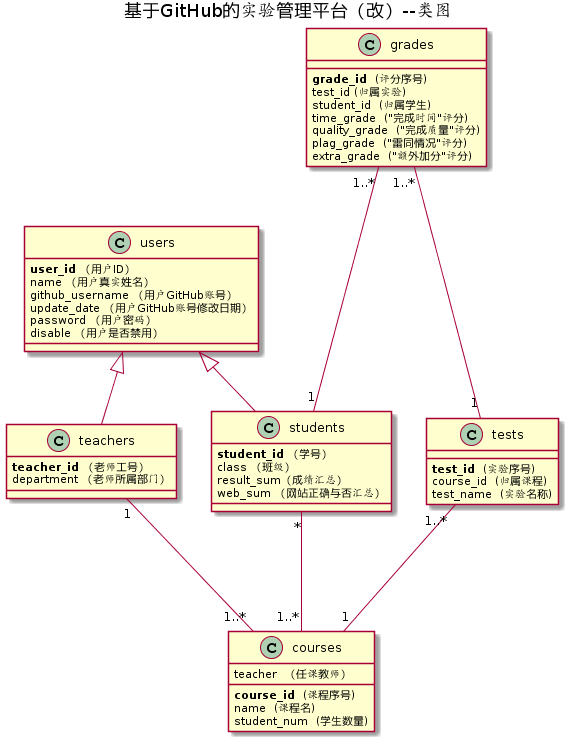
The PlantUML diagram test6/class.png in HaurchefantGreystone/is_analysis, before a commit. Its diagram source:
```plantuml
@startuml
title 基于GitHub的实验管理平台（改）--类图

users <|-- teachers
users <|-- students
students "*"---"1..*"courses
teachers "1"---"1..*"courses
tests "1..*"---"1"courses
grades "1..*"---"1"tests
grades "1..*"---"1"students

class users{
    <b>user_id</b> （用户ID）
    name （用户真实姓名）
    github_username （用户GitHub账号）
    update_date （用户GitHub账号修改日期）
    password （用户密码）
    disable （用户是否禁用）
}
class teachers{
    <b>teacher_id</b> （老师工号）
    department （老师所属部门）
}
class students{
    <b>student_id</b> （学号）
    class （班级）
    result_sum（成绩汇总）
    web_sum （网站正确与否汇总）
}
class courses{
    <b>course_id</b>  (课程序号)
    name  (课程名)
    teacher  （任课教师）
    student_num  (学生数量)
}
class tests{
    <b>test_id</b>  (实验序号)
    course_id  (归属课程)
    test_name  (实验名称)
}
class grades{
    <b>grade_id</b>  (评分序号)
    test_id (归属实验)
    student_id  (归属学生)
    time_grade  ("完成时间"评分)
    quality_grade  ("完成质量"评分)
    plag_grade  ("雷同情况"评分)
    extra_grade  ("额外加分"评分)
}
@enduml
```
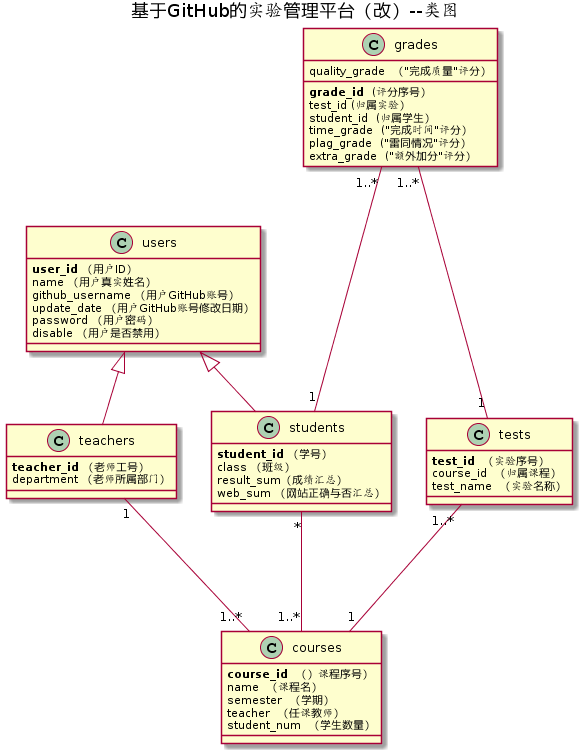
After the change.

The edit, as a diff of the source:
```diff
@@ -28,23 +28,24 @@
     web_sum （网站正确与否汇总）
 }
 class courses{
-    <b>course_id</b>  (课程序号)
-    name  (课程名)
+    <b>course_id</b>  （）课程序号）
+    name  （课程名）
+    semester  （学期）
     teacher  （任课教师）
-    student_num  (学生数量)
+    student_num  （学生数量）
 }
 class tests{
-    <b>test_id</b>  (实验序号)
-    course_id  (归属课程)
-    test_name  (实验名称)
+    <b>test_id</b>  （实验序号）
+    course_id  （归属课程）
+    test_name  （实验名称）
 }
 class grades{
-    <b>grade_id</b>  (评分序号)
-    test_id (归属实验)
-    student_id  (归属学生)
-    time_grade  ("完成时间"评分)
-    quality_grade  ("完成质量"评分)
-    plag_grade  ("雷同情况"评分)
-    extra_grade  ("额外加分"评分)
+    <b>grade_id</b>  (评分序号）
+    test_id (归属实验）
+    student_id  (归属学生）
+    time_grade  ("完成时间"评分）
+    quality_grade  （"完成质量"评分）
+    plag_grade  ("雷同情况"评分）
+    extra_grade  ("额外加分"评分）
 }
 @enduml
```
